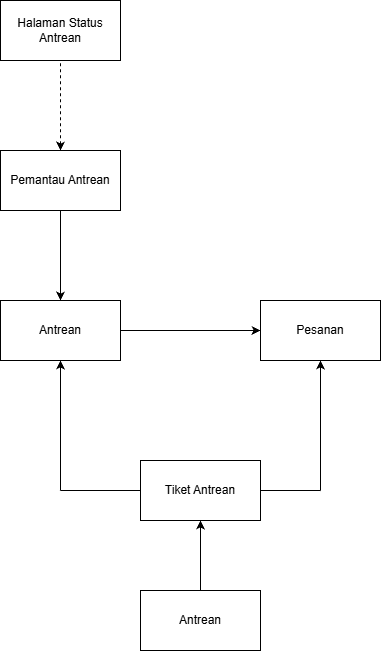
Earlier version of the draw.io export docs/M4/assets/diagram/Diagram Kelas Use Case UC03.png (hehey304/IF2150-RPL-K01-G10). Source tidied: cells renumbered, new cells last; positions are measured from the earlier drawing's top-left corner, leaving out a move shared by most shapes.
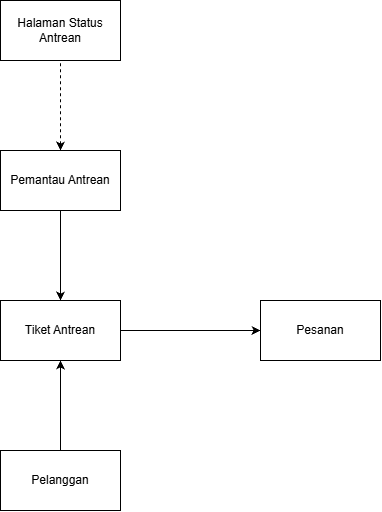
After the commit.

Commit message:
fix: memperbaiki diagram

Change to the diagram source:
```diff
@@ -11,43 +11,24 @@
     <mxCell id="4" value="Pemantau Antrean" style="rounded=0;whiteSpace=wrap;html=1;" parent="1" vertex="1">
       <mxGeometry y="150" width="120" height="60" as="geometry" />
     </mxCell>
-    <mxCell id="5" style="endArrow=classic;html=1;rounded=0;entryX=0.5;entryY=0;entryDx=0;entryDy=0;exitX=0.5;exitY=1;exitDx=0;exitDy=0;" parent="1" edge="1" source="4" target="6">
-      <mxGeometry relative="1" as="geometry" />
+    <mxCell id="5" style="endArrow=classic;html=1;rounded=0;entryX=0.5;entryY=0;entryDx=0;entryDy=0;exitX=0.5;exitY=1;exitDx=0;exitDy=0;" parent="1" edge="1" source="4">
+      <mxGeometry relative="1" as="geometry">
+        <mxPoint x="60" y="300" as="targetPoint" />
+      </mxGeometry>
     </mxCell>
-    <mxCell id="6" value="Antrean" style="rounded=0;whiteSpace=wrap;html=1;" parent="1" vertex="1">
-      <mxGeometry y="300" width="120" height="60" as="geometry" />
-    </mxCell>
     <mxCell id="7" value="Pesanan" style="rounded=0;whiteSpace=wrap;html=1;" parent="1" vertex="1">
       <mxGeometry x="260" y="300" width="120" height="60" as="geometry" />
     </mxCell>
-    <mxCell id="8" style="endArrow=classic;html=1;rounded=0;exitX=1;exitY=0.5;exitDx=0;exitDy=0;entryX=0;entryY=0.5;entryDx=0;entryDy=0;" parent="1" edge="1" source="6" target="7">
-      <mxGeometry relative="1" as="geometry" />
+    <mxCell id="8" style="endArrow=classic;html=1;rounded=0;exitX=1;exitY=0.5;exitDx=0;exitDy=0;entryX=0;entryY=0.5;entryDx=0;entryDy=0;" parent="1" edge="1" target="7">
+      <mxGeometry relative="1" as="geometry">
+        <mxPoint x="120" y="330" as="sourcePoint" />
+      </mxGeometry>
     </mxCell>
     <mxCell id="9" value="Tiket Antrean" style="rounded=0;whiteSpace=wrap;html=1;" parent="1" vertex="1">
-      <mxGeometry x="140" y="460" width="120" height="60" as="geometry" />
+      <mxGeometry y="300" width="120" height="60" as="geometry" />
     </mxCell>
-    <mxCell id="10" style="endArrow=classic;html=1;rounded=0;entryX=0.5;entryY=1;entryDx=0;entryDy=0;" parent="1" edge="1" target="6">
-      <mxGeometry relative="1" as="geometry">
-        <mxPoint x="60" y="490" as="sourcePoint" />
-      </mxGeometry>
-    </mxCell>
-    <mxCell id="11" style="endArrow=classic;html=1;rounded=0;entryX=0.5;entryY=1;entryDx=0;entryDy=0;" parent="1" edge="1" target="7">
-      <mxGeometry relative="1" as="geometry">
-        <mxPoint x="320" y="490" as="sourcePoint" />
-      </mxGeometry>
-    </mxCell>
-    <mxCell id="12" style="endArrow=none;html=1;rounded=0;entryX=0;entryY=0.5;entryDx=0;entryDy=0;" parent="1" edge="1" target="9">
-      <mxGeometry relative="1" as="geometry">
-        <mxPoint x="60" y="490" as="sourcePoint" />
-      </mxGeometry>
-    </mxCell>
-    <mxCell id="13" style="endArrow=none;html=1;rounded=0;exitX=1;exitY=0.5;exitDx=0;exitDy=0;" parent="1" edge="1" source="9">
-      <mxGeometry relative="1" as="geometry">
-        <mxPoint x="320" y="490" as="targetPoint" />
-      </mxGeometry>
-    </mxCell>
-    <mxCell id="14" value="Antrean" style="rounded=0;whiteSpace=wrap;html=1;" parent="1" vertex="1">
-      <mxGeometry x="140" y="590" width="120" height="60" as="geometry" />
+    <mxCell id="14" value="Pelanggan" style="rounded=0;whiteSpace=wrap;html=1;" parent="1" vertex="1">
+      <mxGeometry y="450" width="120" height="60" as="geometry" />
     </mxCell>
     <mxCell id="15" style="endArrow=classic;html=1;rounded=0;exitX=0.5;exitY=0;exitDx=0;exitDy=0;entryX=0.5;entryY=1;entryDx=0;entryDy=0;" parent="1" edge="1" source="14" target="9">
       <mxGeometry relative="1" as="geometry" />
```
